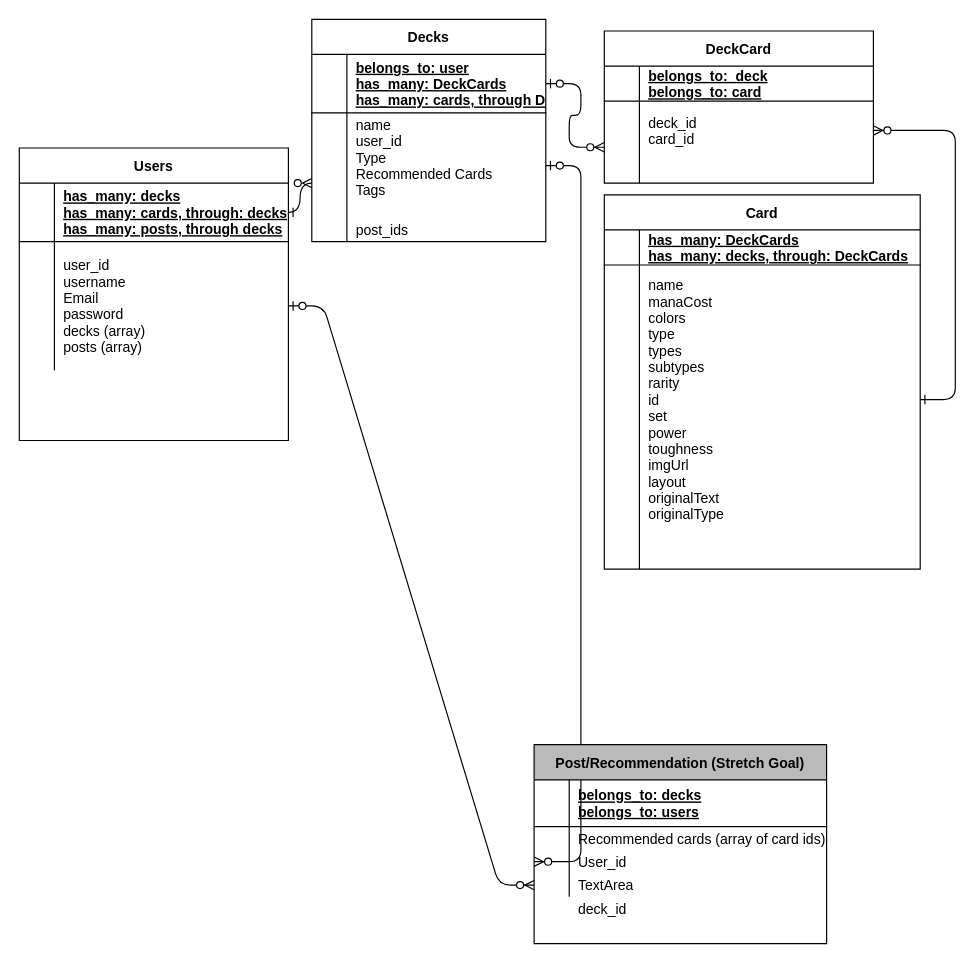
Above: Magic the Gathering Deck Builder and Recommendation.drawio in aks2258/mod5_project_planning (draw.io), before the change. Source tidied: cells renumbered, new cells numbered last; positions are measured from the earlier drawing's top-left corner, leaving out a move shared by most shapes. Both pictures are drawn from the tidied source at 117%, with x=0, y=0 at pixel (19, 19).
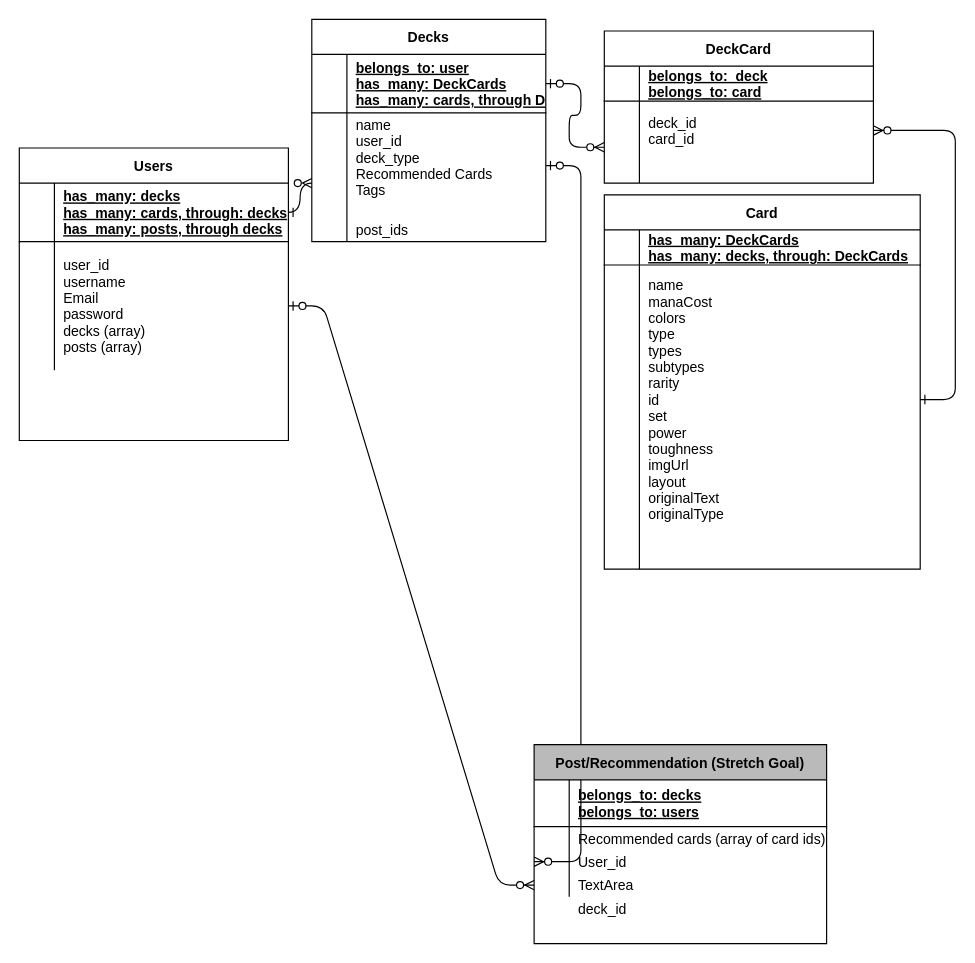
After the change.

Unchanged cells that the change refers to:
```xml
<mxCell id="8" style="shape=partialRectangle;fillColor=none;points=[[0,0.5],[1,0.5]];portConstraint=eastwest;top=0;left=0;right=0;bottom=0;" parent="4" vertex="1">
  <mxGeometry y="80" width="200" height="90" as="geometry" />
</mxCell>
```

Diff of the diagram source:
```diff
@@
-    <mxCell id="10" value="name&#10;user_id&#10;Type&#10;Recommended Cards&#10;Tags&#10;" style="shape=partialRectangle;overflow=hidden;fillColor=none;top=0;left=0;bottom=0;right=0;align=left;spacingLeft=6;" parent="8" vertex="1">
+    <mxCell id="10" value="name&#10;user_id&#10;deck_type&#10;Recommended Cards&#10;Tags &#10;" style="shape=partialRectangle;overflow=hidden;fillColor=none;top=0;left=0;bottom=0;right=0;align=left;spacingLeft=6;" parent="8" vertex="1">
       <mxGeometry x="30" width="170" height="90" as="geometry" />
     </mxCell>
```
